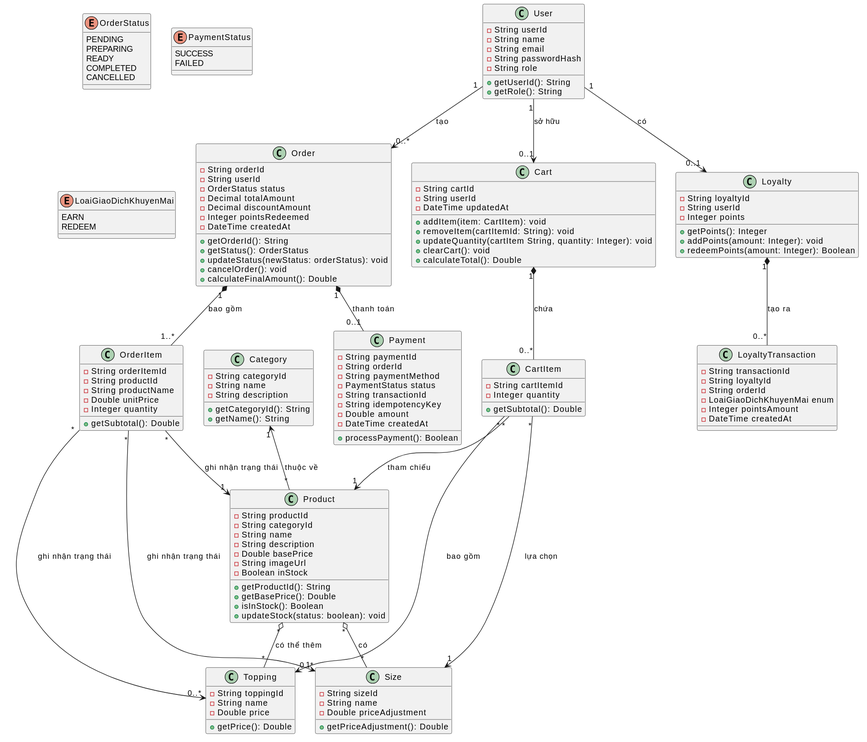
This is docs/diagrams/class-domain/class-domain.svg from Phuc280106/BrewLite2, a PlantUML export, as it was before one commit.
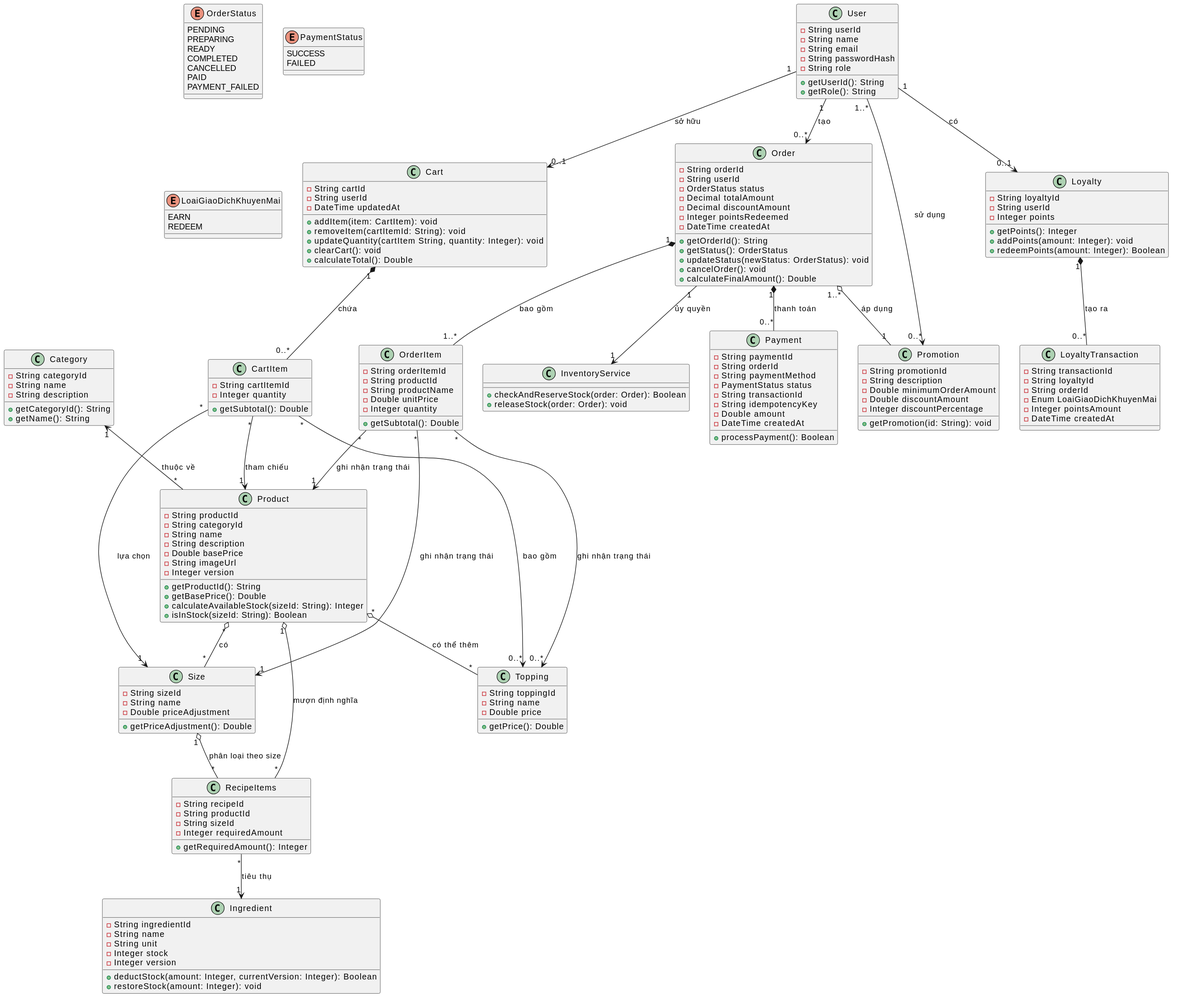
The same diagram one commit later.

Commit message:
doc(diagrams): chỉnh sửa class-domain.puml và .svg

The edit, as a diff of the source:
```diff
@@ -5,6 +5,8 @@
   READY
   COMPLETED
   CANCELLED
+  PAID
+  PAYMENT_FAILED
 }
 
 enum PaymentStatus {
@@ -43,11 +45,11 @@
   - String description
   - Double basePrice
   - String imageUrl
-  - Boolean inStock
+  - Integer version
   + getProductId(): String
   + getBasePrice(): Double
-  + isInStock(): Boolean
-  + updateStock(status: boolean): void
+  + calculateAvailableStock(sizeId: String): Integer
+  + isInStock(sizeId: String): Boolean
 }
 
 class Size {
@@ -91,7 +93,7 @@
   - DateTime createdAt
   + getOrderId(): String
   + getStatus(): OrderStatus
-  + updateStatus(newStatus: orderStatus): void
+  + updateStatus(newStatus: OrderStatus): void
   + cancelOrder(): void
   + calculateFinalAmount(): Double
 }
@@ -130,9 +132,41 @@
   - String transactionId
   - String loyaltyId
   - String orderId
-  - LoaiGiaoDichKhuyenMai enum
+  - Enum LoaiGiaoDichKhuyenMai
   - Integer pointsAmount
   - DateTime createdAt
+}
+
+class Promotion {
+  - String promotionId
+  - String description
+  - Double minimumOrderAmount
+  - Double discountAmount
+  - Integer discountPercentage
+  + getPromotion(id: String): void
+}
+
+class Ingredient {
+  - String ingredientId
+  - String name
+  - String unit
+  - Integer stock
+  - Integer version
+  + deductStock(amount: Integer, currentVersion: Integer): Boolean
+  + restoreStock(amount: Integer): void
+}
+
+class RecipeItems {
+  - String recipeId
+  - String productId
+  - String sizeId
+  - Integer requiredAmount
+  + getRequiredAmount(): Integer
+}
+
+class InventoryService {
+  + checkAndReserveStock(order: Order): Boolean
+  + releaseStock(order: Order): void
 }
 
 
@@ -141,11 +175,13 @@
 User "1" --> "0..1" Cart : sở hữu
 User "1" --> "0..*" Order : tạo
 User "1" --> "0..1" Loyalty : có
+User "1..*" --> "0..*" Promotion : sử dụng
 
 Cart "1" *-- "0..*" CartItem : chứa
 
 Order "1" *-- "1..*" OrderItem : bao gồm
-Order "1" *-- "0..1" Payment : thanh toán
+Order "1" *-- "0..*" Payment : thanh toán
+Order "1..*" o-- "1" Promotion : áp dụng
 
 CartItem "*" --> "1" Product : tham chiếu
 CartItem "*" --> "1" Size : lựa chọn
@@ -159,4 +195,10 @@
 
 Product "*" o-- "*" Size : có
 Product "*" o-- "*" Topping : có thể thêm
+
+Product "1" o-- "*" RecipeItems : mượn định nghĩa
+Size "1" o-- "*" RecipeItems : phân loại theo size
+RecipeItems "*" --> "1" Ingredient : tiêu thụ
+
+Order "1" --> "1" InventoryService : ủy quyền
 @enduml
```
